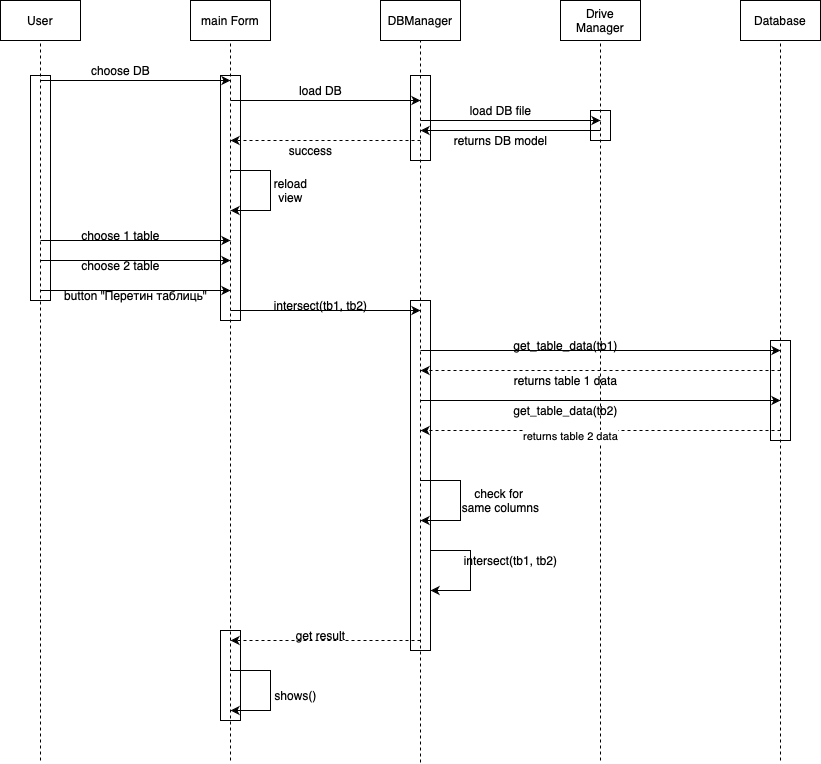
zayatsliza/IT keeps this draw.io diagram as docs/DeploymentDiagramSubstractTables.drawio.png. Above is the earlier version. Source tidied: cells renumbered, new cells last; positions are measured from the earlier drawing's top-left corner, leaving out a move shared by most shapes. The source it was exported from:
```xml
<mxGraphModel>
  <root>
    <mxCell id="0" />
    <mxCell id="1" parent="0" />
    <mxCell id="2" value="User" style="rounded=0;whiteSpace=wrap;html=1;fillColor=none;" parent="1" vertex="1">
      <mxGeometry width="80" height="40" as="geometry" />
    </mxCell>
    <mxCell id="3" value="main Form" style="rounded=0;whiteSpace=wrap;html=1;fillColor=none;" parent="1" vertex="1">
      <mxGeometry x="190" width="80" height="40" as="geometry" />
    </mxCell>
    <mxCell id="4" value="DBManager" style="rounded=0;whiteSpace=wrap;html=1;fillColor=none;" parent="1" vertex="1">
      <mxGeometry x="380" width="80" height="40" as="geometry" />
    </mxCell>
    <mxCell id="5" value="Drive Manager" style="rounded=0;whiteSpace=wrap;html=1;fillColor=none;" parent="1" vertex="1">
      <mxGeometry x="560" width="80" height="40" as="geometry" />
    </mxCell>
    <mxCell id="6" value="Database" style="rounded=0;whiteSpace=wrap;html=1;fillColor=none;" parent="1" vertex="1">
      <mxGeometry x="740" width="80" height="40" as="geometry" />
    </mxCell>
    <mxCell id="7" style="endArrow=none;dashed=1;html=1;rounded=0;entryX=0.5;entryY=1;entryDx=0;entryDy=0;" parent="1" edge="1" target="2">
      <mxGeometry relative="1" as="geometry">
        <mxPoint x="40" y="760" as="sourcePoint" />
      </mxGeometry>
    </mxCell>
    <mxCell id="8" style="endArrow=none;dashed=1;html=1;rounded=0;entryX=0.5;entryY=1;entryDx=0;entryDy=0;" parent="1" edge="1" target="3">
      <mxGeometry relative="1" as="geometry">
        <mxPoint x="230" y="760" as="sourcePoint" />
      </mxGeometry>
    </mxCell>
    <mxCell id="9" style="endArrow=none;dashed=1;html=1;rounded=0;entryX=0.5;entryY=1;entryDx=0;entryDy=0;" parent="1" edge="1" target="4">
      <mxGeometry relative="1" as="geometry">
        <mxPoint x="420" y="762" as="sourcePoint" />
      </mxGeometry>
    </mxCell>
    <mxCell id="10" style="endArrow=none;dashed=1;html=1;rounded=0;entryX=0.5;entryY=1;entryDx=0;entryDy=0;" parent="1" edge="1" target="5">
      <mxGeometry relative="1" as="geometry">
        <mxPoint x="600" y="760" as="sourcePoint" />
      </mxGeometry>
    </mxCell>
    <mxCell id="11" style="endArrow=none;dashed=1;html=1;rounded=0;entryX=0.5;entryY=1;entryDx=0;entryDy=0;" parent="1" edge="1" target="6">
      <mxGeometry relative="1" as="geometry">
        <mxPoint x="780" y="760" as="sourcePoint" />
      </mxGeometry>
    </mxCell>
    <mxCell id="12" style="endArrow=classic;html=1;rounded=0;" parent="1" edge="1">
      <mxGeometry relative="1" as="geometry">
        <mxPoint x="40" y="80" as="sourcePoint" />
        <mxPoint x="230" y="80" as="targetPoint" />
      </mxGeometry>
    </mxCell>
    <mxCell id="13" value="choose DB" style="text;html=1;align=center;verticalAlign=middle;strokeColor=none;fillColor=none;" parent="1" vertex="1">
      <mxGeometry x="80" y="55" width="80" height="30" as="geometry" />
    </mxCell>
    <mxCell id="14" style="endArrow=classic;html=1;rounded=0;" parent="1" edge="1">
      <mxGeometry relative="1" as="geometry">
        <mxPoint x="230" y="100" as="sourcePoint" />
        <mxPoint x="420" y="100" as="targetPoint" />
      </mxGeometry>
    </mxCell>
    <mxCell id="15" value="load DB" style="text;html=1;align=center;verticalAlign=middle;strokeColor=none;fillColor=none;" parent="1" vertex="1">
      <mxGeometry x="285" y="75" width="70" height="30" as="geometry" />
    </mxCell>
    <mxCell id="16" style="endArrow=classic;html=1;rounded=0;" parent="1" edge="1">
      <mxGeometry relative="1" as="geometry">
        <mxPoint x="420" y="120" as="sourcePoint" />
        <mxPoint x="600" y="120" as="targetPoint" />
      </mxGeometry>
    </mxCell>
    <mxCell id="17" value="load DB file" style="text;html=1;align=center;verticalAlign=middle;strokeColor=none;fillColor=none;" parent="1" vertex="1">
      <mxGeometry x="460" y="95" width="80" height="30" as="geometry" />
    </mxCell>
    <mxCell id="18" style="endArrow=classic;html=1;rounded=0;" parent="1" edge="1">
      <mxGeometry relative="1" as="geometry">
        <mxPoint x="600" y="130" as="sourcePoint" />
        <mxPoint x="420" y="130" as="targetPoint" />
      </mxGeometry>
    </mxCell>
    <mxCell id="19" value="returns DB model" style="text;html=1;align=center;verticalAlign=middle;strokeColor=none;fillColor=none;" parent="1" vertex="1">
      <mxGeometry x="440" y="125" width="120" height="30" as="geometry" />
    </mxCell>
    <mxCell id="20" style="endArrow=classic;html=1;rounded=0;dashed=1;" parent="1" edge="1">
      <mxGeometry relative="1" as="geometry">
        <mxPoint x="420" y="140" as="sourcePoint" />
        <mxPoint x="230" y="140" as="targetPoint" />
      </mxGeometry>
    </mxCell>
    <mxCell id="21" value="success" style="text;html=1;align=center;verticalAlign=middle;strokeColor=none;fillColor=none;" parent="1" vertex="1">
      <mxGeometry x="275" y="135" width="70" height="30" as="geometry" />
    </mxCell>
    <mxCell id="22" style="endArrow=classic;html=1;rounded=0;edgeStyle=orthogonalEdgeStyle;" parent="1" edge="1">
      <mxGeometry relative="1" as="geometry">
        <mxPoint x="230" y="170" as="sourcePoint" />
        <mxPoint x="230" y="210" as="targetPoint" />
        <Array as="points">
          <mxPoint x="270" y="170" />
          <mxPoint x="270" y="210" />
        </Array>
      </mxGeometry>
    </mxCell>
    <mxCell id="23" value="reload &lt;br&gt;view" style="text;html=1;align=center;verticalAlign=middle;strokeColor=none;fillColor=none;" parent="1" vertex="1">
      <mxGeometry x="260" y="170" width="60" height="40" as="geometry" />
    </mxCell>
    <mxCell id="24" style="endArrow=classic;html=1;rounded=0;" parent="1" edge="1">
      <mxGeometry relative="1" as="geometry">
        <mxPoint x="40" y="240" as="sourcePoint" />
        <mxPoint x="230" y="240" as="targetPoint" />
      </mxGeometry>
    </mxCell>
    <mxCell id="25" value="choose 1 table" style="text;html=1;align=center;verticalAlign=middle;strokeColor=none;fillColor=none;" parent="1" vertex="1">
      <mxGeometry x="70" y="220" width="100" height="30" as="geometry" />
    </mxCell>
    <mxCell id="26" style="endArrow=classic;html=1;rounded=0;" parent="1" edge="1">
      <mxGeometry relative="1" as="geometry">
        <mxPoint x="40" y="260" as="sourcePoint" />
        <mxPoint x="230" y="260" as="targetPoint" />
      </mxGeometry>
    </mxCell>
    <mxCell id="27" value="choose 2 table" style="text;html=1;align=center;verticalAlign=middle;strokeColor=none;fillColor=none;" parent="1" vertex="1">
      <mxGeometry x="70" y="250" width="100" height="30" as="geometry" />
    </mxCell>
    <mxCell id="28" style="endArrow=classic;html=1;rounded=0;" parent="1" edge="1">
      <mxGeometry relative="1" as="geometry">
        <mxPoint x="40" y="290" as="sourcePoint" />
        <mxPoint x="230" y="290" as="targetPoint" />
      </mxGeometry>
    </mxCell>
    <mxCell id="29" value="button &quot;Перетин таблиць&quot;" style="text;html=1;align=center;verticalAlign=middle;strokeColor=none;fillColor=none;" parent="1" vertex="1">
      <mxGeometry x="50" y="280" width="170" height="30" as="geometry" />
    </mxCell>
    <mxCell id="30" style="endArrow=classic;html=1;rounded=0;" parent="1" edge="1">
      <mxGeometry relative="1" as="geometry">
        <mxPoint x="230" y="310" as="sourcePoint" />
        <mxPoint x="420" y="310" as="targetPoint" />
      </mxGeometry>
    </mxCell>
    <mxCell id="31" value="intersect(tb1, tb2)" style="text;html=1;align=center;verticalAlign=middle;strokeColor=none;fillColor=none;" parent="1" vertex="1">
      <mxGeometry x="260" y="290" width="120" height="30" as="geometry" />
    </mxCell>
    <mxCell id="32" style="endArrow=classic;html=1;rounded=0;" parent="1" edge="1">
      <mxGeometry relative="1" as="geometry">
        <mxPoint x="420" y="350" as="sourcePoint" />
        <mxPoint x="780" y="350" as="targetPoint" />
      </mxGeometry>
    </mxCell>
    <mxCell id="33" value="get_table_data(tb1)" style="text;html=1;align=center;verticalAlign=middle;strokeColor=none;fillColor=none;" parent="1" vertex="1">
      <mxGeometry x="500" y="330" width="130" height="30" as="geometry" />
    </mxCell>
    <mxCell id="34" style="endArrow=classic;html=1;rounded=0;dashed=1;" parent="1" edge="1">
      <mxGeometry relative="1" as="geometry">
        <mxPoint x="780" y="370" as="sourcePoint" />
        <mxPoint x="420" y="370" as="targetPoint" />
      </mxGeometry>
    </mxCell>
    <mxCell id="35" value="returns table 1 data" style="text;html=1;align=center;verticalAlign=middle;strokeColor=none;fillColor=none;" parent="1" vertex="1">
      <mxGeometry x="500" y="365" width="130" height="30" as="geometry" />
    </mxCell>
    <mxCell id="36" style="endArrow=classic;html=1;rounded=0;" parent="1" edge="1">
      <mxGeometry relative="1" as="geometry">
        <mxPoint x="420" y="400" as="sourcePoint" />
        <mxPoint x="780" y="400" as="targetPoint" />
      </mxGeometry>
    </mxCell>
    <mxCell id="37" value="get_table_data(tb2)" style="text;html=1;align=center;verticalAlign=middle;strokeColor=none;fillColor=none;" parent="1" vertex="1">
      <mxGeometry x="500" y="395" width="130" height="30" as="geometry" />
    </mxCell>
    <mxCell id="38" style="endArrow=classic;html=1;rounded=0;dashed=1;" parent="1" edge="1">
      <mxGeometry relative="1" as="geometry">
        <mxPoint x="780" y="430" as="sourcePoint" />
        <mxPoint x="420" y="430" as="targetPoint" />
      </mxGeometry>
    </mxCell>
    <mxCell id="39" value="returns table 2 data" style="edgeLabel;html=1;align=center;verticalAlign=middle;" parent="38" vertex="1">
      <mxGeometry x="0.29" y="5" relative="1" as="geometry">
        <mxPoint x="21" as="offset" />
      </mxGeometry>
    </mxCell>
    <mxCell id="40" style="endArrow=classic;html=1;rounded=0;" parent="1" edge="1">
      <mxGeometry relative="1" as="geometry">
        <mxPoint x="420" y="480" as="sourcePoint" />
        <mxPoint x="420" y="520" as="targetPoint" />
        <Array as="points">
          <mxPoint x="460" y="480" />
          <mxPoint x="460" y="520" />
        </Array>
      </mxGeometry>
    </mxCell>
    <mxCell id="41" value="check for &lt;br&gt;same columns" style="text;html=1;align=center;verticalAlign=middle;strokeColor=none;fillColor=none;" parent="1" vertex="1">
      <mxGeometry x="450" y="480" width="100" height="40" as="geometry" />
    </mxCell>
    <mxCell id="42" style="endArrow=classic;html=1;rounded=0;" parent="1" edge="1">
      <mxGeometry relative="1" as="geometry">
        <mxPoint x="230" y="670" as="sourcePoint" />
        <mxPoint x="230" y="710" as="targetPoint" />
        <Array as="points">
          <mxPoint x="270" y="670" />
          <mxPoint x="270" y="710" />
        </Array>
      </mxGeometry>
    </mxCell>
    <mxCell id="43" value="intersect(tb1, tb2)" style="text;html=1;align=center;verticalAlign=middle;strokeColor=none;fillColor=none;" parent="1" vertex="1">
      <mxGeometry x="450" y="545" width="120" height="30" as="geometry" />
    </mxCell>
    <mxCell id="44" style="endArrow=classic;html=1;rounded=0;dashed=1;" parent="1" edge="1">
      <mxGeometry relative="1" as="geometry">
        <mxPoint x="420" y="640" as="sourcePoint" />
        <mxPoint x="230" y="640" as="targetPoint" />
      </mxGeometry>
    </mxCell>
    <mxCell id="45" value="get result" style="text;html=1;align=center;verticalAlign=middle;strokeColor=none;fillColor=none;" parent="1" vertex="1">
      <mxGeometry x="285" y="620" width="70" height="30" as="geometry" />
    </mxCell>
    <mxCell id="46" style="endArrow=classic;html=1;rounded=0;" parent="1" edge="1">
      <mxGeometry relative="1" as="geometry">
        <mxPoint x="430" y="550" as="sourcePoint" />
        <mxPoint x="430" y="590" as="targetPoint" />
        <Array as="points">
          <mxPoint x="470" y="550" />
          <mxPoint x="470" y="590" />
        </Array>
      </mxGeometry>
    </mxCell>
    <mxCell id="47" value="shows()" style="text;html=1;align=center;verticalAlign=middle;strokeColor=none;fillColor=none;" parent="1" vertex="1">
      <mxGeometry x="260" y="680" width="70" height="30" as="geometry" />
    </mxCell>
    <mxCell id="48" style="rounded=0;whiteSpace=wrap;html=1;fillColor=none;" parent="1" vertex="1">
      <mxGeometry x="30" y="75" width="20" height="225" as="geometry" />
    </mxCell>
    <mxCell id="49" style="rounded=0;whiteSpace=wrap;html=1;fillColor=none;" parent="1" vertex="1">
      <mxGeometry x="220" y="75" width="20" height="245" as="geometry" />
    </mxCell>
    <mxCell id="50" style="rounded=0;whiteSpace=wrap;html=1;fillColor=none;" parent="1" vertex="1">
      <mxGeometry x="220" y="630" width="20" height="90" as="geometry" />
    </mxCell>
    <mxCell id="51" style="rounded=0;whiteSpace=wrap;html=1;fillColor=none;" parent="1" vertex="1">
      <mxGeometry x="410" y="75" width="20" height="85" as="geometry" />
    </mxCell>
    <mxCell id="52" style="rounded=0;whiteSpace=wrap;html=1;fillColor=none;" parent="1" vertex="1">
      <mxGeometry x="410" y="300" width="20" height="350" as="geometry" />
    </mxCell>
    <mxCell id="53" style="rounded=0;whiteSpace=wrap;html=1;fillColor=none;" parent="1" vertex="1">
      <mxGeometry x="590" y="110" width="20" height="30" as="geometry" />
    </mxCell>
    <mxCell id="54" style="rounded=0;whiteSpace=wrap;html=1;fillColor=none;" parent="1" vertex="1">
      <mxGeometry x="770" y="340" width="20" height="100" as="geometry" />
    </mxCell>
  </root>
</mxGraphModel>
```
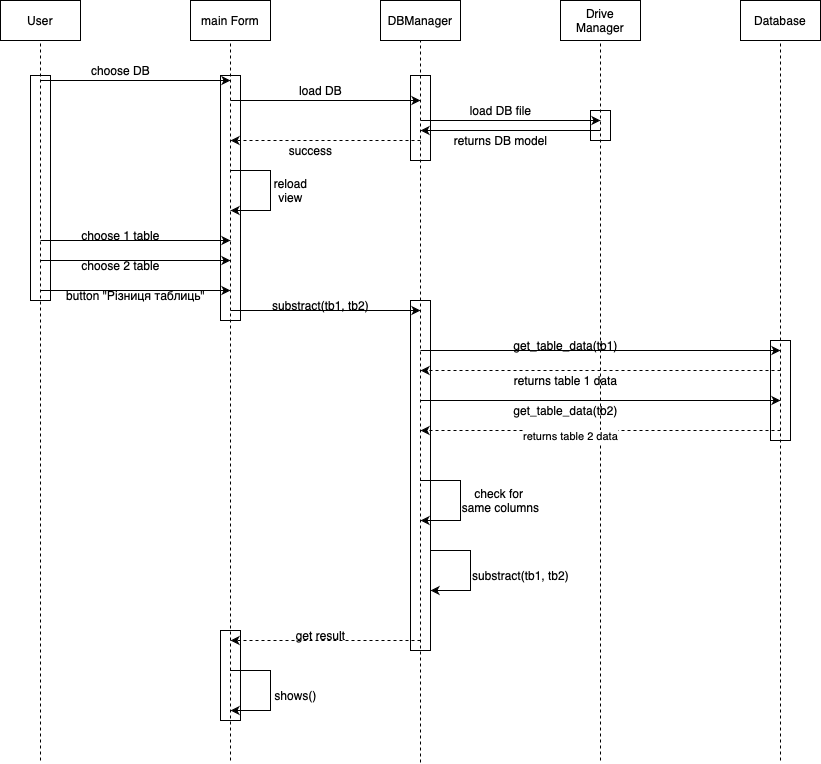
After the change.

What changed in the source:
```diff
@@ -124,8 +124,8 @@
         <mxPoint x="230" y="290" as="targetPoint" />
       </mxGeometry>
     </mxCell>
-    <mxCell id="29" value="button &quot;Перетин таблиць&quot;" style="text;html=1;align=center;verticalAlign=middle;strokeColor=none;fillColor=none;" parent="1" vertex="1">
-      <mxGeometry x="50" y="280" width="170" height="30" as="geometry" />
+    <mxCell id="29" value="button &quot;Різниця таблиць&quot;" style="text;html=1;align=center;verticalAlign=middle;strokeColor=none;fillColor=none;" parent="1" vertex="1">
+      <mxGeometry x="55" y="280" width="160" height="30" as="geometry" />
     </mxCell>
     <mxCell id="30" style="endArrow=classic;html=1;rounded=0;" parent="1" edge="1">
       <mxGeometry relative="1" as="geometry">
@@ -133,7 +133,7 @@
         <mxPoint x="420" y="310" as="targetPoint" />
       </mxGeometry>
     </mxCell>
-    <mxCell id="31" value="intersect(tb1, tb2)" style="text;html=1;align=center;verticalAlign=middle;strokeColor=none;fillColor=none;" parent="1" vertex="1">
+    <mxCell id="31" value="substract(tb1, tb2)" style="text;html=1;align=center;verticalAlign=middle;strokeColor=none;fillColor=none;" parent="1" vertex="1">
       <mxGeometry x="260" y="290" width="120" height="30" as="geometry" />
     </mxCell>
     <mxCell id="32" style="endArrow=classic;html=1;rounded=0;" parent="1" edge="1">
@@ -197,8 +197,8 @@
         </Array>
       </mxGeometry>
     </mxCell>
-    <mxCell id="43" value="intersect(tb1, tb2)" style="text;html=1;align=center;verticalAlign=middle;strokeColor=none;fillColor=none;" parent="1" vertex="1">
-      <mxGeometry x="450" y="545" width="120" height="30" as="geometry" />
+    <mxCell id="43" value="substract(tb1, tb2)" style="text;html=1;align=center;verticalAlign=middle;strokeColor=none;fillColor=none;" parent="1" vertex="1">
+      <mxGeometry x="460" y="560" width="120" height="30" as="geometry" />
     </mxCell>
     <mxCell id="44" style="endArrow=classic;html=1;rounded=0;dashed=1;" parent="1" edge="1">
       <mxGeometry relative="1" as="geometry">
```
